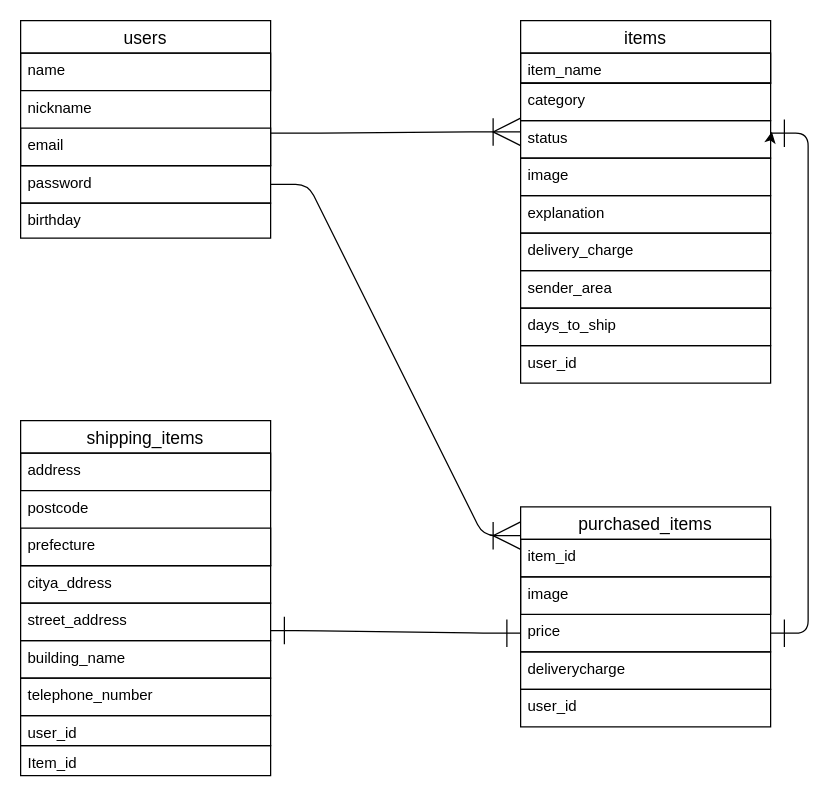
This is furima-39363.dio from Gitoru980299/furima-39363, a draw.io file, before an edit. Source tidied: cells renumbered, new cells numbered last; positions are measured from the earlier drawing's top-left corner, leaving out a move shared by most shapes. Both pictures are drawn from the tidied source at 125%, with x=0, y=0 at pixel (20, 20).
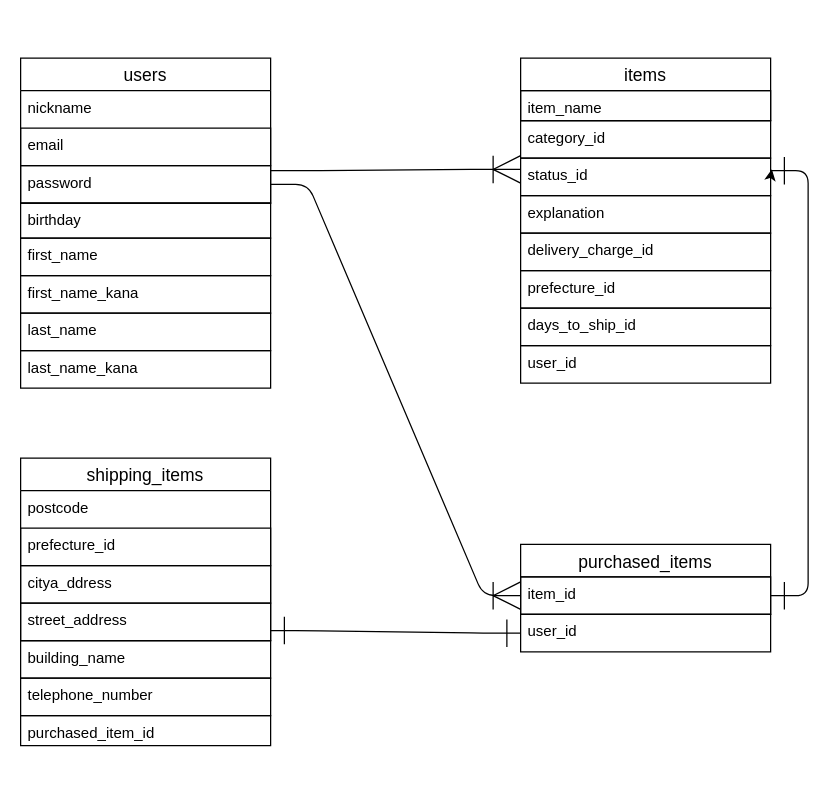
Above is the later version.

The change refers to these unchanged cells:
```xml
<mxCell id="13" value="item_id" style="text;strokeColor=default;fillColor=none;spacingLeft=4;spacingRight=4;overflow=hidden;points=[[0,0.5],[1,0.5]];portConstraint=eastwest;fontSize=12;" parent="12" vertex="1">
  <mxGeometry y="26" width="200" height="30" as="geometry" />
</mxCell>
```

The edit, as a diff of the source:
```diff
@@
     <mxCell id="3" value="items" style="swimlane;fontStyle=0;horizontal=1;startSize=26;align=center;fontSize=14;strokeColor=default;" parent="1" vertex="1">
-      <mxGeometry x="400" width="200" height="50" as="geometry" />
+      <mxGeometry x="400" y="30" width="200" height="50" as="geometry" />
     </mxCell>
@@
-    <mxCell id="5" value="category" style="text;strokeColor=default;fillColor=none;spacingLeft=4;spacingRight=4;overflow=hidden;fontSize=12;" parent="1" vertex="1">
-      <mxGeometry x="400" y="50" width="200" height="30" as="geometry" />
+    <mxCell id="5" value="category_id" style="text;strokeColor=default;fillColor=none;spacingLeft=4;spacingRight=4;overflow=hidden;fontSize=12;" parent="1" vertex="1">
+      <mxGeometry x="400" y="80" width="200" height="30" as="geometry" />
     </mxCell>
-    <mxCell id="6" value="status" style="text;strokeColor=default;fillColor=none;spacingLeft=4;spacingRight=4;overflow=hidden;points=[[0,0.5],[1,0.5]];portConstraint=eastwest;fontSize=12;" parent="1" vertex="1">
-      <mxGeometry x="400" y="80" width="200" height="30" as="geometry" />
+    <mxCell id="6" value="status_id" style="text;strokeColor=default;fillColor=none;spacingLeft=4;spacingRight=4;overflow=hidden;points=[[0,0.5],[1,0.5]];portConstraint=eastwest;fontSize=12;" parent="1" vertex="1">
+      <mxGeometry x="400" y="110" width="200" height="30" as="geometry" />
     </mxCell>
-    <mxCell id="7" value="image" style="text;strokeColor=default;fillColor=none;spacingLeft=4;spacingRight=4;overflow=hidden;fontSize=12;" parent="1" vertex="1">
-      <mxGeometry x="400" y="110" width="200" height="30" as="geometry" />
-    </mxCell>
@@
-    <mxCell id="9" value="delivery_charge" style="text;strokeColor=default;fillColor=none;spacingLeft=4;spacingRight=4;overflow=hidden;fontSize=12;" parent="1" vertex="1">
+    <mxCell id="9" value="delivery_charge_id" style="text;strokeColor=default;fillColor=none;spacingLeft=4;spacingRight=4;overflow=hidden;fontSize=12;" parent="1" vertex="1">
       <mxGeometry x="400" y="170" width="200" height="30" as="geometry" />
     </mxCell>
-    <mxCell id="10" value="sender_area" style="text;strokeColor=default;fillColor=none;spacingLeft=4;spacingRight=4;overflow=hidden;fontSize=12;" parent="1" vertex="1">
+    <mxCell id="10" value="prefecture_id" style="text;strokeColor=default;fillColor=none;spacingLeft=4;spacingRight=4;overflow=hidden;fontSize=12;" parent="1" vertex="1">
       <mxGeometry x="400" y="200" width="200" height="30" as="geometry" />
     </mxCell>
-    <mxCell id="11" value="days_to_ship" style="text;strokeColor=default;fillColor=none;spacingLeft=4;spacingRight=4;overflow=hidden;fontSize=12;" parent="1" vertex="1">
+    <mxCell id="11" value="days_to_ship_id" style="text;strokeColor=default;fillColor=none;spacingLeft=4;spacingRight=4;overflow=hidden;fontSize=12;" parent="1" vertex="1">
       <mxGeometry x="400" y="230" width="200" height="30" as="geometry" />
     </mxCell>
     <mxCell id="12" value="purchased_items" style="swimlane;fontStyle=0;horizontal=1;startSize=26;align=center;fontSize=14;strokeColor=default;" parent="1" vertex="1">
-      <mxGeometry x="400" y="389" width="200" height="116" as="geometry" />
+      <mxGeometry x="400" y="419" width="200" height="56" as="geometry" />
     </mxCell>
@@
-    <mxCell id="14" value="image" style="text;strokeColor=default;fillColor=none;spacingLeft=4;spacingRight=4;overflow=hidden;fontSize=12;" parent="12" vertex="1">
-      <mxGeometry y="56" width="200" height="30" as="geometry" />
-    </mxCell>
-    <mxCell id="15" value="price" style="text;strokeColor=none;fillColor=none;spacingLeft=4;spacingRight=4;overflow=hidden;points=[[0,0.5],[1,0.5]];portConstraint=eastwest;fontSize=12;" parent="12" vertex="1">
-      <mxGeometry y="86" width="200" height="30" as="geometry" />
-    </mxCell>
-    <mxCell id="16" value="deliverycharge" style="text;strokeColor=default;fillColor=none;spacingLeft=4;spacingRight=4;overflow=hidden;fontSize=12;" parent="1" vertex="1">
-      <mxGeometry x="400" y="505" width="200" height="30" as="geometry" />
-    </mxCell>
     <mxCell id="17" value="shipping_items" style="swimlane;fontStyle=0;horizontal=1;startSize=26;align=center;fontSize=14;strokeColor=default;" parent="1" vertex="1">
-      <mxGeometry y="320" width="200" height="116" as="geometry" />
+      <mxGeometry y="350" width="200" height="146" as="geometry" />
     </mxCell>
-    <mxCell id="18" value="address" style="text;strokeColor=default;fillColor=none;spacingLeft=4;spacingRight=4;overflow=hidden;fontSize=12;" parent="17" vertex="1">
-      <mxGeometry y="26" width="200" height="30" as="geometry" />
-    </mxCell>
     <mxCell id="19" value="postcode" style="text;strokeColor=none;fillColor=none;spacingLeft=4;spacingRight=4;overflow=hidden;fontSize=12;" parent="17" vertex="1">
-      <mxGeometry y="56" width="200" height="30" as="geometry" />
+      <mxGeometry y="26" width="200" height="30" as="geometry" />
     </mxCell>
-    <mxCell id="20" value="prefecture" style="text;strokeColor=default;fillColor=none;spacingLeft=4;spacingRight=4;overflow=hidden;fontSize=12;" parent="17" vertex="1">
-      <mxGeometry y="86" width="200" height="30" as="geometry" />
+    <mxCell id="20" value="prefecture_id" style="text;strokeColor=default;fillColor=none;spacingLeft=4;spacingRight=4;overflow=hidden;fontSize=12;" parent="17" vertex="1">
+      <mxGeometry y="56" width="200" height="30" as="geometry" />
     </mxCell>
-    <mxCell id="21" value="citya_ddress" style="text;strokeColor=default;fillColor=none;spacingLeft=4;spacingRight=4;overflow=hidden;fontSize=12;" parent="1" vertex="1">
-      <mxGeometry y="436" width="200" height="30" as="geometry" />
+    <mxCell id="21" value="citya_ddress" style="text;strokeColor=default;fillColor=none;spacingLeft=4;spacingRight=4;overflow=hidden;fontSize=12;" parent="17" vertex="1">
+      <mxGeometry y="86" width="200" height="30" as="geometry" />
     </mxCell>
-    <mxCell id="22" value="street_address" style="text;strokeColor=default;fillColor=none;spacingLeft=4;spacingRight=4;overflow=hidden;points=[[0,0.5],[1,0.5]];portConstraint=eastwest;fontSize=12;" parent="1" vertex="1">
-      <mxGeometry y="466" width="200" height="30" as="geometry" />
+    <mxCell id="22" value="street_address" style="text;strokeColor=default;fillColor=none;spacingLeft=4;spacingRight=4;overflow=hidden;points=[[0,0.5],[1,0.5]];portConstraint=eastwest;fontSize=12;" parent="17" vertex="1">
+      <mxGeometry y="116" width="200" height="30" as="geometry" />
     </mxCell>
@@
     <mxCell id="25" value="users" style="swimlane;fontStyle=0;horizontal=1;startSize=26;align=center;fontSize=14;strokeColor=default;" parent="1" vertex="1">
-      <mxGeometry width="200" height="116" as="geometry" />
+      <mxGeometry y="30" width="200" height="116" as="geometry" />
     </mxCell>
-    <mxCell id="26" value="name" style="text;strokeColor=default;fillColor=none;spacingLeft=4;spacingRight=4;overflow=hidden;fontSize=12;" parent="25" vertex="1">
-      <mxGeometry y="26" width="200" height="30" as="geometry" />
-    </mxCell>
     <mxCell id="27" value="nickname" style="text;strokeColor=none;fillColor=none;spacingLeft=4;spacingRight=4;overflow=hidden;fontSize=12;" parent="25" vertex="1">
-      <mxGeometry y="56" width="200" height="30" as="geometry" />
+      <mxGeometry y="26" width="200" height="30" as="geometry" />
     </mxCell>
     <mxCell id="28" value="email" style="text;strokeColor=default;fillColor=none;spacingLeft=4;spacingRight=4;overflow=hidden;fontSize=12;" parent="25" vertex="1">
-      <mxGeometry y="86" width="200" height="30" as="geometry" />
+      <mxGeometry y="56" width="200" height="30" as="geometry" />
     </mxCell>
-    <mxCell id="29" value="password" style="text;strokeColor=default;fillColor=none;spacingLeft=4;spacingRight=4;overflow=hidden;points=[[0,0.5],[1,0.5]];portConstraint=eastwest;fontSize=12;" parent="1" vertex="1">
-      <mxGeometry y="116" width="200" height="30" as="geometry" />
+    <mxCell id="29" value="password" style="text;strokeColor=default;fillColor=none;spacingLeft=4;spacingRight=4;overflow=hidden;points=[[0,0.5],[1,0.5]];portConstraint=eastwest;fontSize=12;" parent="25" vertex="1">
+      <mxGeometry y="86" width="200" height="30" as="geometry" />
     </mxCell>
     <mxCell id="30" style="edgeStyle=entityRelationEdgeStyle;fontSize=12;html=1;endArrow=ERoneToMany;entryX=0;entryY=0.3;entryDx=0;entryDy=0;entryPerimeter=0;endFill=0;endSize=20;" parent="1" edge="1" target="6">
       <mxGeometry relative="1" as="geometry">
-        <mxPoint x="200" y="90" as="sourcePoint" />
+        <mxPoint x="200" y="120" as="sourcePoint" />
       </mxGeometry>
     </mxCell>
@@
-    <mxCell id="32" style="edgeStyle=entityRelationEdgeStyle;fontSize=12;html=1;endArrow=ERone;startArrow=ERone;entryX=0;entryY=0.5;entryDx=0;entryDy=0;exitX=1;exitY=0.733;exitDx=0;exitDy=0;exitPerimeter=0;endFill=0;startFill=0;endSize=20;startSize=20;" parent="1" edge="1" source="22" target="15">
-      <mxGeometry relative="1" as="geometry" />
+    <mxCell id="32" style="edgeStyle=entityRelationEdgeStyle;fontSize=12;html=1;endArrow=ERone;startArrow=ERone;entryX=0;entryY=0.5;entryDx=0;entryDy=0;exitX=1;exitY=0.733;exitDx=0;exitDy=0;exitPerimeter=0;endFill=0;startFill=0;endSize=20;startSize=20;" parent="1" edge="1" source="22">
+      <mxGeometry relative="1" as="geometry">
+        <mxPoint x="400" y="490" as="targetPoint" />
+      </mxGeometry>
     </mxCell>
-    <mxCell id="33" value="user_id" style="text;strokeColor=default;fillColor=none;spacingLeft=4;spacingRight=4;overflow=hidden;fontSize=12;" parent="1" vertex="1">
+    <mxCell id="33" value="purchased_item_id" style="text;strokeColor=default;fillColor=none;spacingLeft=4;spacingRight=4;overflow=hidden;fontSize=12;" parent="1" vertex="1">
       <mxGeometry y="556" width="200" height="24" as="geometry" />
     </mxCell>
@@
     <mxCell id="35" value="user_id" style="text;strokeColor=default;fillColor=none;spacingLeft=4;spacingRight=4;overflow=hidden;fontSize=12;" parent="1" vertex="1">
-      <mxGeometry x="400" y="535" width="200" height="30" as="geometry" />
+      <mxGeometry x="400" y="475" width="200" height="30" as="geometry" />
     </mxCell>
-    <mxCell id="36" style="edgeStyle=entityRelationEdgeStyle;fontSize=12;html=1;endArrow=ERoneToMany;exitX=1;exitY=0.5;exitDx=0;exitDy=0;entryX=0;entryY=-0.1;entryDx=0;entryDy=0;entryPerimeter=0;endFill=0;endSize=20;" parent="1" edge="1" source="29" target="13">
+    <mxCell id="36" style="edgeStyle=entityRelationEdgeStyle;fontSize=12;html=1;endArrow=ERoneToMany;exitX=1;exitY=0.5;exitDx=0;exitDy=0;entryX=0;entryY=0.5;entryDx=0;entryDy=0;endFill=0;endSize=20;" parent="1" edge="1" source="29" target="13">
       <mxGeometry relative="1" as="geometry" />
     </mxCell>
-    <mxCell id="37" value="Item_id" style="text;strokeColor=default;fillColor=none;spacingLeft=4;spacingRight=4;overflow=hidden;fontSize=12;" parent="1" vertex="1">
-      <mxGeometry y="580" width="200" height="24" as="geometry" />
-    </mxCell>
-    <mxCell id="38" style="edgeStyle=entityRelationEdgeStyle;fontSize=12;html=1;endArrow=ERone;startArrow=ERone;entryX=1;entryY=0.5;entryDx=0;entryDy=0;endFill=0;strokeWidth=1;endSize=20;startSize=20;startFill=0;" parent="1" edge="1" target="15">
+    <mxCell id="38" style="edgeStyle=entityRelationEdgeStyle;fontSize=12;html=1;endArrow=ERone;startArrow=ERone;entryX=1;entryY=0.5;entryDx=0;entryDy=0;endFill=0;strokeWidth=1;endSize=20;startSize=20;startFill=0;" parent="1" edge="1" target="13">
       <mxGeometry relative="1" as="geometry">
-        <mxPoint x="600" y="90" as="sourcePoint" />
+        <mxPoint x="600" y="120" as="sourcePoint" />
       </mxGeometry>
     </mxCell>
+    <mxCell id="26" value="first_name" style="text;strokeColor=default;fillColor=none;spacingLeft=4;spacingRight=4;overflow=hidden;fontSize=12;" parent="1" vertex="1">
+      <mxGeometry y="174" width="200" height="30" as="geometry" />
+    </mxCell>
+    <mxCell id="39" value="first_name_kana" style="text;strokeColor=default;fillColor=none;spacingLeft=4;spacingRight=4;overflow=hidden;fontSize=12;" parent="1" vertex="1">
+      <mxGeometry y="204" width="200" height="30" as="geometry" />
+    </mxCell>
+    <mxCell id="40" value="last_name" style="text;strokeColor=default;fillColor=none;spacingLeft=4;spacingRight=4;overflow=hidden;fontSize=12;" parent="1" vertex="1">
+      <mxGeometry y="234" width="200" height="30" as="geometry" />
+    </mxCell>
+    <mxCell id="41" value="last_name_kana" style="text;strokeColor=default;fillColor=none;spacingLeft=4;spacingRight=4;overflow=hidden;fontSize=12;" parent="1" vertex="1">
+      <mxGeometry y="264" width="200" height="30" as="geometry" />
+    </mxCell>
```
